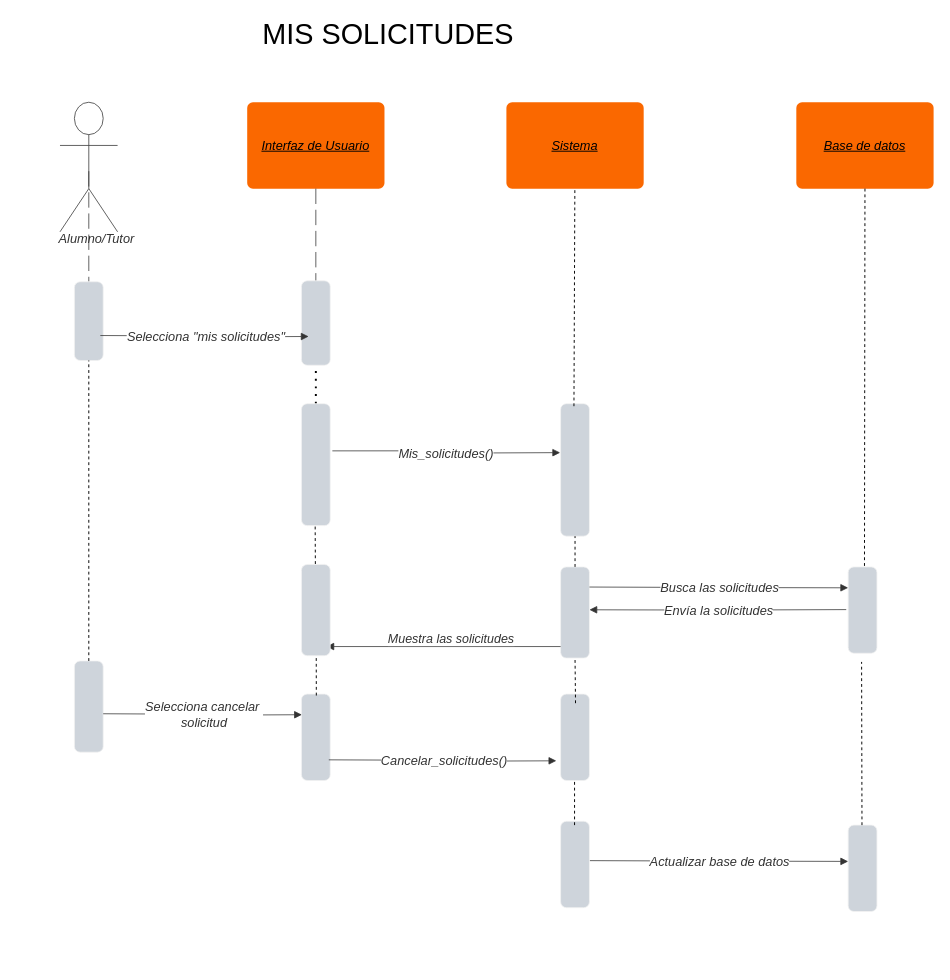
This is page "mis_solicitudes" (8 of 12) of diagrama_secuencia.drawio from TP-SE1/TP_SOS-UC, a draw.io file, before an edit. Source tidied: cells renumbered, new cells numbered last; positions are measured from the earlier drawing's top-left corner, leaving out a move shared by most shapes. Both pictures are drawn from the tidied source at 96%, with x=0, y=0 at pixel (60, 19).
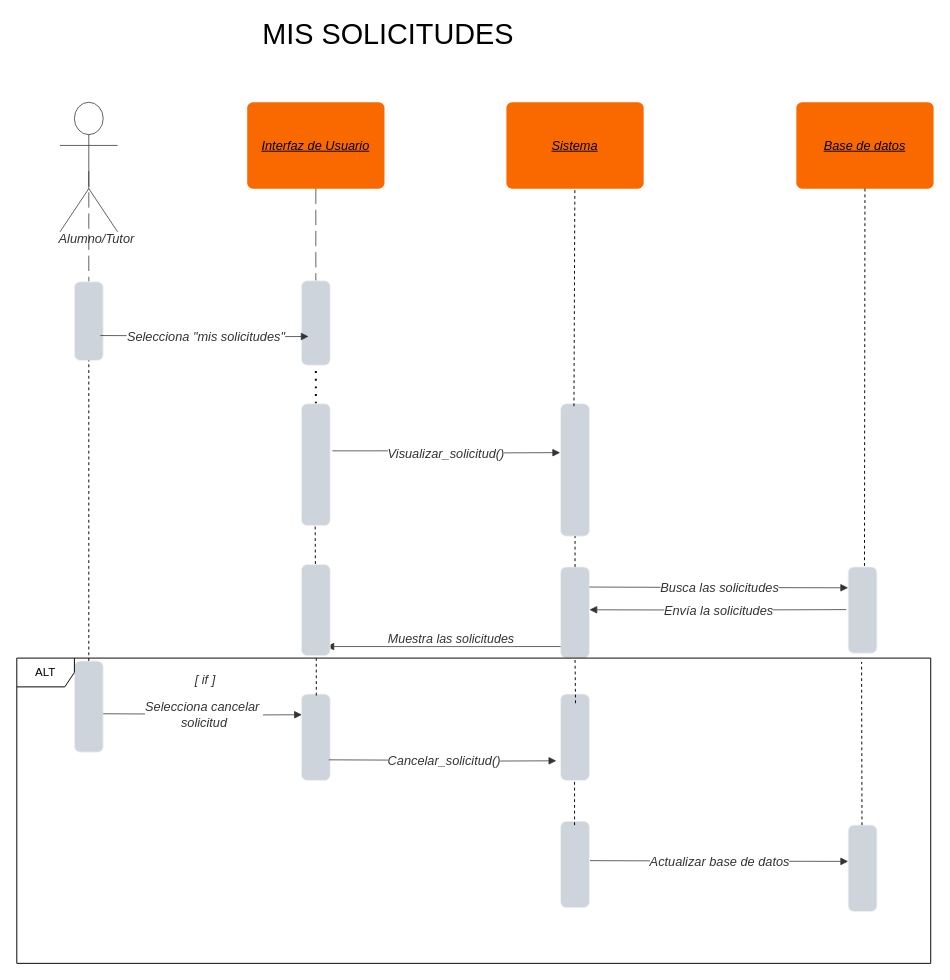
The same diagram, later.

Unchanged cells that the change refers to:
```xml
<mxCell id="6" style="html=1;jettySize=18;whiteSpace=wrap;fontSize=13;strokeColor=#333333;strokeOpacity=100;strokeWidth=0.8;rounded=1;arcSize=10;edgeStyle=orthogonalEdgeStyle;startArrow=none;endArrow=block;endFill=1;exitX=1.074;exitY=0.387;exitPerimeter=0;lucidId=Yu5M8hheeUyh;exitDx=0;exitDy=0;" parent="1" edge="1" source="18">
  <mxGeometry relative="1" as="geometry">
    <mxPoint x="521" y="451" as="targetPoint" />
  </mxGeometry>
</mxCell>
<mxCell id="33" style="html=1;jettySize=18;whiteSpace=wrap;fontSize=13;strokeColor=#333333;strokeOpacity=100;strokeWidth=0.8;rounded=1;arcSize=10;edgeStyle=orthogonalEdgeStyle;startArrow=none;endArrow=block;endFill=1;lucidId=Yu5M0A2JVvTe;" parent="1" edge="1">
  <mxGeometry relative="1" as="geometry">
    <mxPoint x="45" y="723" as="sourcePoint" />
    <mxPoint x="252" y="724" as="targetPoint" />
  </mxGeometry>
</mxCell>
<mxCell id="38" style="html=1;jettySize=18;whiteSpace=wrap;fontSize=13;strokeColor=#333333;strokeOpacity=100;strokeWidth=0.8;rounded=1;arcSize=10;edgeStyle=orthogonalEdgeStyle;startArrow=none;endArrow=block;endFill=1;lucidId=Yu5M0A2JVvTe;" parent="1" edge="1">
  <mxGeometry relative="1" as="geometry">
    <mxPoint x="280" y="771" as="sourcePoint" />
    <mxPoint x="517" y="772" as="targetPoint" />
  </mxGeometry>
</mxCell>
```

The edit, as a diff of the source:
```diff
@@
-    <mxCell id="7" value="Mis_solicitudes()" style="text;html=1;labelBackgroundColor=default;align=center;verticalAlign=middle;fontStyle=2;fontColor=#333333;fontSize=13.3;" parent="6" vertex="1">
+    <mxCell id="7" value="Visualizar_solicitud()" style="text;html=1;labelBackgroundColor=default;align=center;verticalAlign=middle;fontStyle=2;fontColor=#333333;fontSize=13.3;" parent="6" vertex="1">
       <mxGeometry relative="1" as="geometry" />
     </mxCell>
@@
+    <mxCell id="47" value="[ if ]" style="text;html=1;labelBackgroundColor=default;align=center;verticalAlign=middle;fontStyle=2;fontColor=#333333;fontSize=13.3;" parent="33" vertex="1">
+      <mxGeometry relative="1" as="geometry">
+        <mxPoint x="1" y="-37" as="offset" />
+      </mxGeometry>
+    </mxCell>
@@
-    <mxCell id="39" value="Cancelar_solicitudes()" style="text;html=1;labelBackgroundColor=default;align=center;verticalAlign=middle;fontStyle=2;fontColor=#333333;fontSize=13.3;" parent="38" vertex="1">
+    <mxCell id="39" value="Cancelar_solicitud()" style="text;html=1;labelBackgroundColor=default;align=center;verticalAlign=middle;fontStyle=2;fontColor=#333333;fontSize=13.3;" parent="38" vertex="1">
       <mxGeometry relative="1" as="geometry" />
     </mxCell>
@@
+    <mxCell id="48" value="ALT" style="shape=umlFrame;whiteSpace=wrap;html=1;" parent="1" vertex="1">
+      <mxGeometry x="-45" y="665" width="952" height="318" as="geometry" />
+    </mxCell>
```
